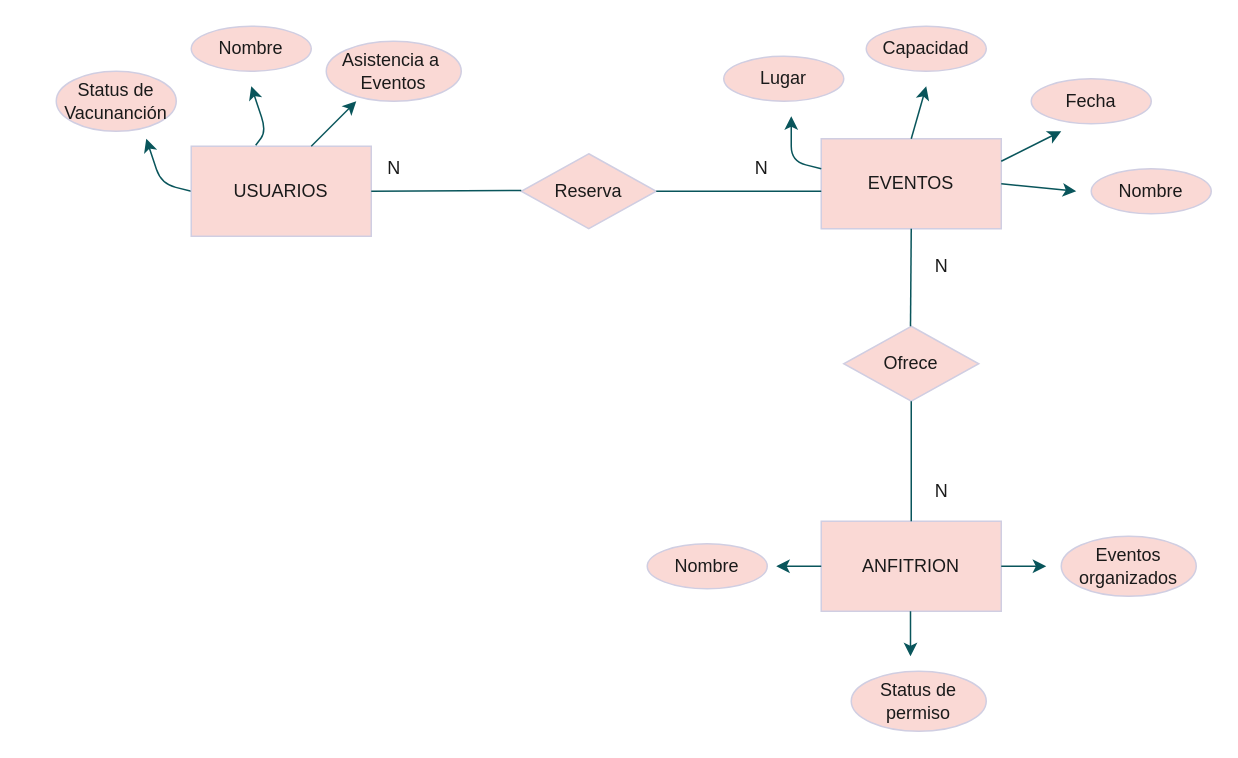
Above: Untitled Diagram.drawio in luadev19/api-alternativo (draw.io), before the change. Source tidied: cells renumbered, new cells numbered last; positions are measured from the earlier drawing's top-left corner, leaving out a move shared by most shapes. Both pictures are drawn from the tidied source at 150%, with x=0, y=0 at pixel (56, 26).
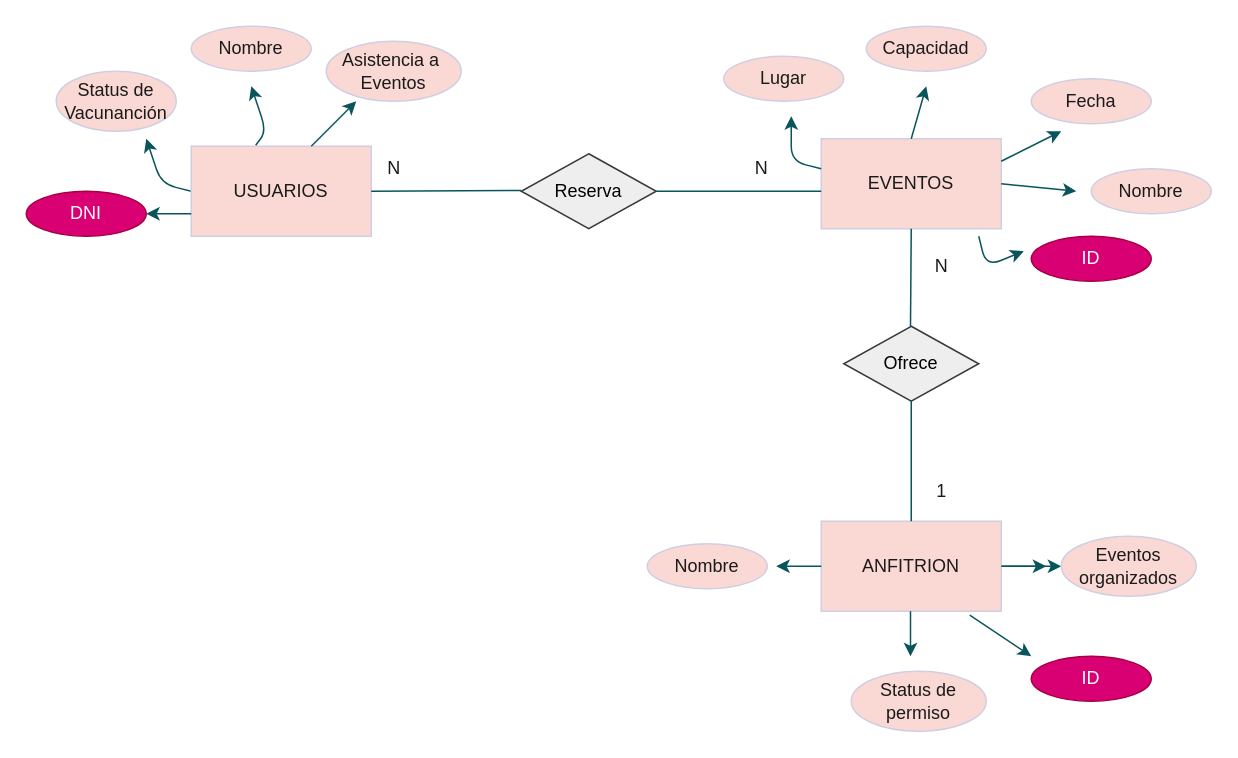
The same page after the edit.

Unchanged cells that the change refers to:
```xml
<mxCell id="3" value="ANFITRION" style="rounded=0;whiteSpace=wrap;html=1;fillColor=#FAD9D5;strokeColor=#D0CEE2;fontColor=#1A1A1A;" parent="1" vertex="1">
  <mxGeometry x="510" y="330" width="120" height="60" as="geometry" />
</mxCell>
<mxCell id="33" value="Eventos organizados" style="ellipse;whiteSpace=wrap;html=1;fillColor=#FAD9D5;strokeColor=#D0CEE2;fontColor=#1A1A1A;" parent="1" vertex="1">
  <mxGeometry x="670" y="340" width="90" height="40" as="geometry" />
</mxCell>
```

What changed in the source:
```diff
@@
+    <mxCell id="35" style="edgeStyle=orthogonalEdgeStyle;curved=0;rounded=1;sketch=0;jettySize=auto;html=1;fontColor=#1A1A1A;strokeColor=#09555B;" parent="1" edge="1" source="3" target="33">
+      <mxGeometry relative="1" as="geometry" />
+    </mxCell>
@@
-    <mxCell id="8" value="Reserva" style="rhombus;whiteSpace=wrap;html=1;fillColor=#FAD9D5;strokeColor=#D0CEE2;fontColor=#1A1A1A;" parent="1" vertex="1">
+    <mxCell id="8" value="Reserva" style="rhombus;whiteSpace=wrap;html=1;fillColor=#eeeeee;strokeColor=#36393d;" parent="1" vertex="1">
       <mxGeometry x="310" y="85" width="90" height="50" as="geometry" />
     </mxCell>
-    <mxCell id="9" value="Ofrece" style="rhombus;whiteSpace=wrap;html=1;fillColor=#FAD9D5;strokeColor=#D0CEE2;fontColor=#1A1A1A;" parent="1" vertex="1">
+    <mxCell id="9" value="Ofrece" style="rhombus;whiteSpace=wrap;html=1;fillColor=#eeeeee;strokeColor=#36393d;" parent="1" vertex="1">
       <mxGeometry x="525" y="200" width="90" height="50" as="geometry" />
     </mxCell>
@@
-    <mxCell id="27" value="N" style="text;html=1;align=center;verticalAlign=middle;fillColor=none;strokeColor=none;rounded=0;fontColor=#1A1A1A;" parent="1" vertex="1">
+    <mxCell id="27" value="1" style="text;html=1;align=center;verticalAlign=middle;fillColor=none;strokeColor=none;rounded=0;fontColor=#1A1A1A;" parent="1" vertex="1">
       <mxGeometry x="580" y="300" width="20" height="20" as="geometry" />
     </mxCell>
@@
+    <mxCell id="36" value="DNI" style="ellipse;whiteSpace=wrap;html=1;fillColor=#d80073;strokeColor=#A50040;fontColor=#ffffff;" parent="1" vertex="1">
+      <mxGeometry x="-20" y="110" width="80" height="30" as="geometry" />
+    </mxCell>
+    <mxCell id="37" style="endArrow=classic;html=1;fontColor=#1A1A1A;strokeColor=#09555B;" parent="1" edge="1">
+      <mxGeometry relative="1" as="geometry">
+        <mxPoint x="90" y="125" as="sourcePoint" />
+        <mxPoint x="60" y="125" as="targetPoint" />
+      </mxGeometry>
+    </mxCell>
+    <mxCell id="38" value="ID" style="ellipse;whiteSpace=wrap;html=1;fillColor=#d80073;strokeColor=#A50040;fontColor=#ffffff;" parent="1" vertex="1">
+      <mxGeometry x="650" y="140" width="80" height="30" as="geometry" />
+    </mxCell>
+    <mxCell id="39" style="endArrow=classic;html=1;strokeColor=#09555B;fontColor=#1A1A1A;" parent="1" edge="1">
+      <mxGeometry relative="1" as="geometry">
+        <mxPoint x="615" y="140" as="sourcePoint" />
+        <mxPoint x="645" y="150" as="targetPoint" />
+        <Array as="points">
+          <mxPoint x="620" y="160" />
+        </Array>
+      </mxGeometry>
+    </mxCell>
+    <mxCell id="40" value="ID" style="ellipse;whiteSpace=wrap;html=1;fillColor=#d80073;strokeColor=#A50040;fontColor=#ffffff;" parent="1" vertex="1">
+      <mxGeometry x="650" y="420" width="80" height="30" as="geometry" />
+    </mxCell>
+    <mxCell id="41" style="endArrow=classic;html=1;exitX=0.825;exitY=1.044;exitDx=0;exitDy=0;strokeColor=#09555B;fontColor=#1A1A1A;exitPerimeter=0;" parent="1" edge="1" source="3">
+      <mxGeometry relative="1" as="geometry">
+        <mxPoint x="650" y="420" as="targetPoint" />
+      </mxGeometry>
+    </mxCell>
```
